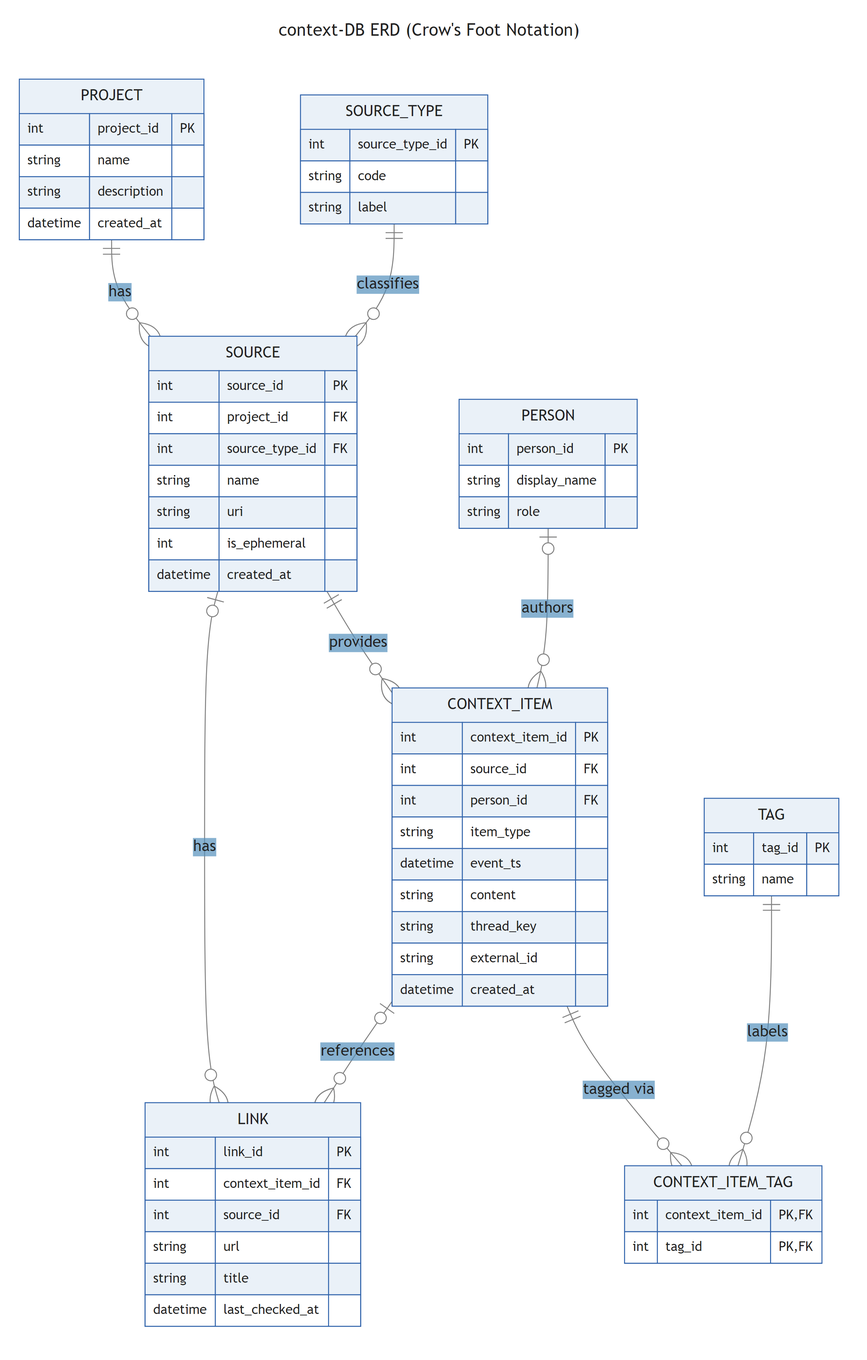
Earlier version of the Mermaid export docs/presentation/image/context-db-erd.png (CatPope/context-DB). Its source is kept beside it as docs/presentation/context-db-erd.mmd. Source of this version:
```mermaid
---
title: context-DB ERD (Crow's Foot Notation)
---
erDiagram
    PROJECT {
        int project_id PK
        string name
        string description
        datetime created_at
    }
    SOURCE_TYPE {
        int source_type_id PK
        string code
        string label
    }
    SOURCE {
        int source_id PK
        int project_id FK
        int source_type_id FK
        string name
        string uri
        int is_ephemeral
        datetime created_at
    }
    PERSON {
        int person_id PK
        string display_name
        string role
    }
    CONTEXT_ITEM {
        int context_item_id PK
        int source_id FK
        int person_id FK
        string item_type
        datetime event_ts
        string content
        string thread_key
        string external_id
        datetime created_at
    }
    LINK {
        int link_id PK
        int context_item_id FK
        int source_id FK
        string url
        string title
        datetime last_checked_at
    }
    TAG {
        int tag_id PK
        string name
    }
    CONTEXT_ITEM_TAG {
        int context_item_id PK, FK
        int tag_id PK, FK
    }

    PROJECT       ||--o{ SOURCE          : "has"
    SOURCE_TYPE   ||--o{ SOURCE          : "classifies"
    SOURCE        ||--o{ CONTEXT_ITEM    : "provides"
    PERSON        |o--o{ CONTEXT_ITEM    : "authors"
    SOURCE        |o--o{ LINK            : "has"
    CONTEXT_ITEM  |o--o{ LINK            : "references"
    CONTEXT_ITEM  ||--o{ CONTEXT_ITEM_TAG: "tagged via"
    TAG           ||--o{ CONTEXT_ITEM_TAG: "labels"
```
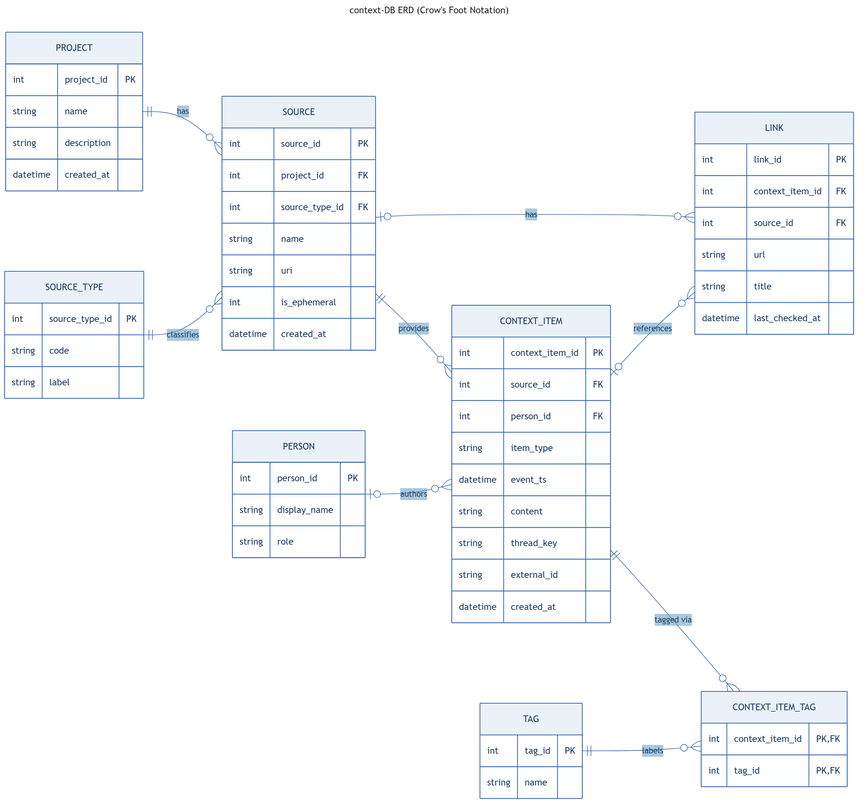
After the commit.

Commit message:
style: ERD 다이어그램을 가로형(direction LR) 레이아웃으로 변경

세로로 길었던 레이아웃을 direction LR로 조정해 가로로 넓게 배치.
mermaid-cli latest에서 direction 지시어 정상 지원 확인(v10.9.1은 미지원).

What changed in the source:
```diff
@@ -2,6 +2,7 @@
 title: context-DB ERD (Crow's Foot Notation)
 ---
 erDiagram
+    direction LR
     PROJECT {
         int project_id PK
         string name
```
